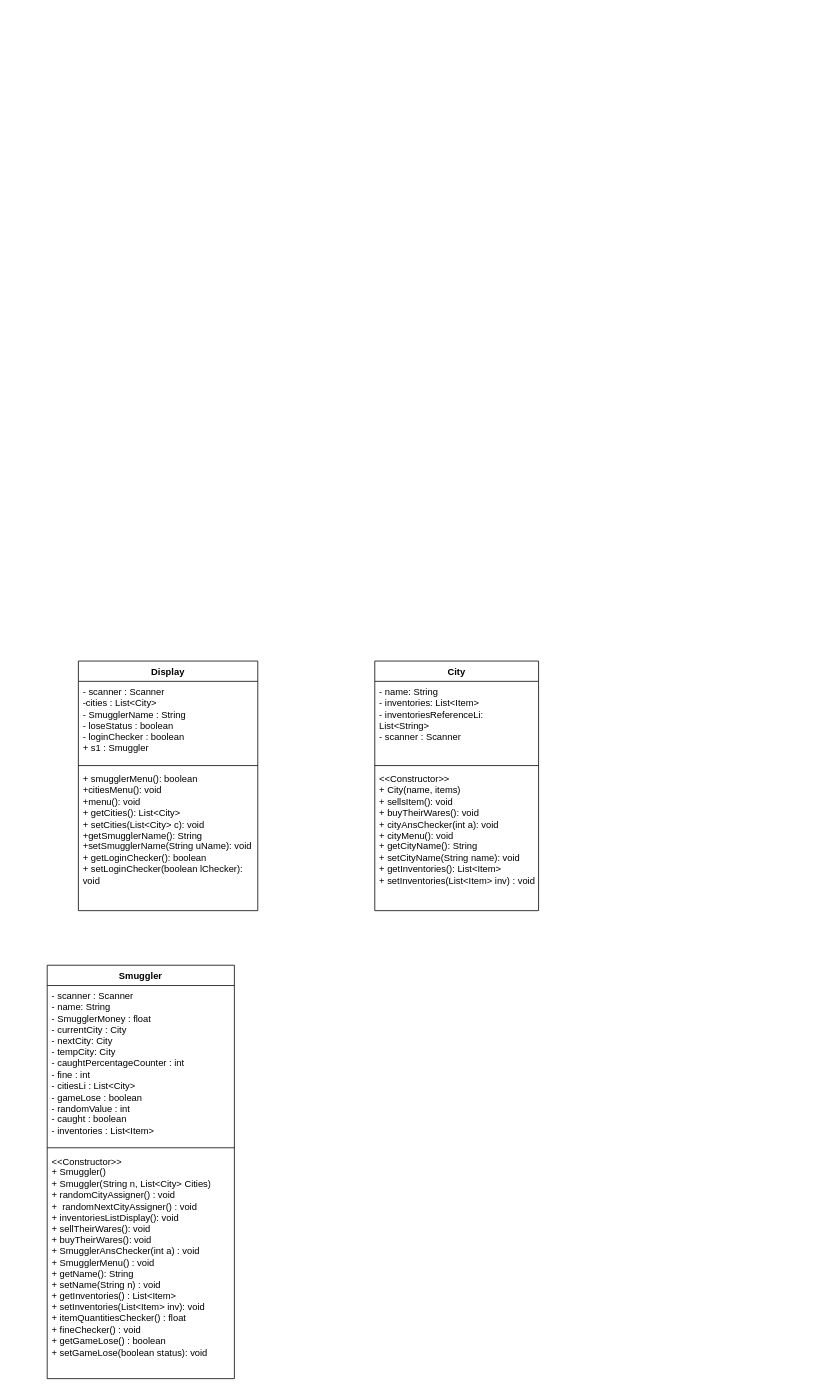
Before: Untitled Diagram.drawio in Hetul9067/merchantJava, a draw.io diagram. Source tidied: cells renumbered, new cells numbered last; positions are measured from the earlier drawing's top-left corner, leaving out a move shared by most shapes. Both pictures are drawn from the tidied source at 78%, with x=0, y=0 at pixel (47, 661).
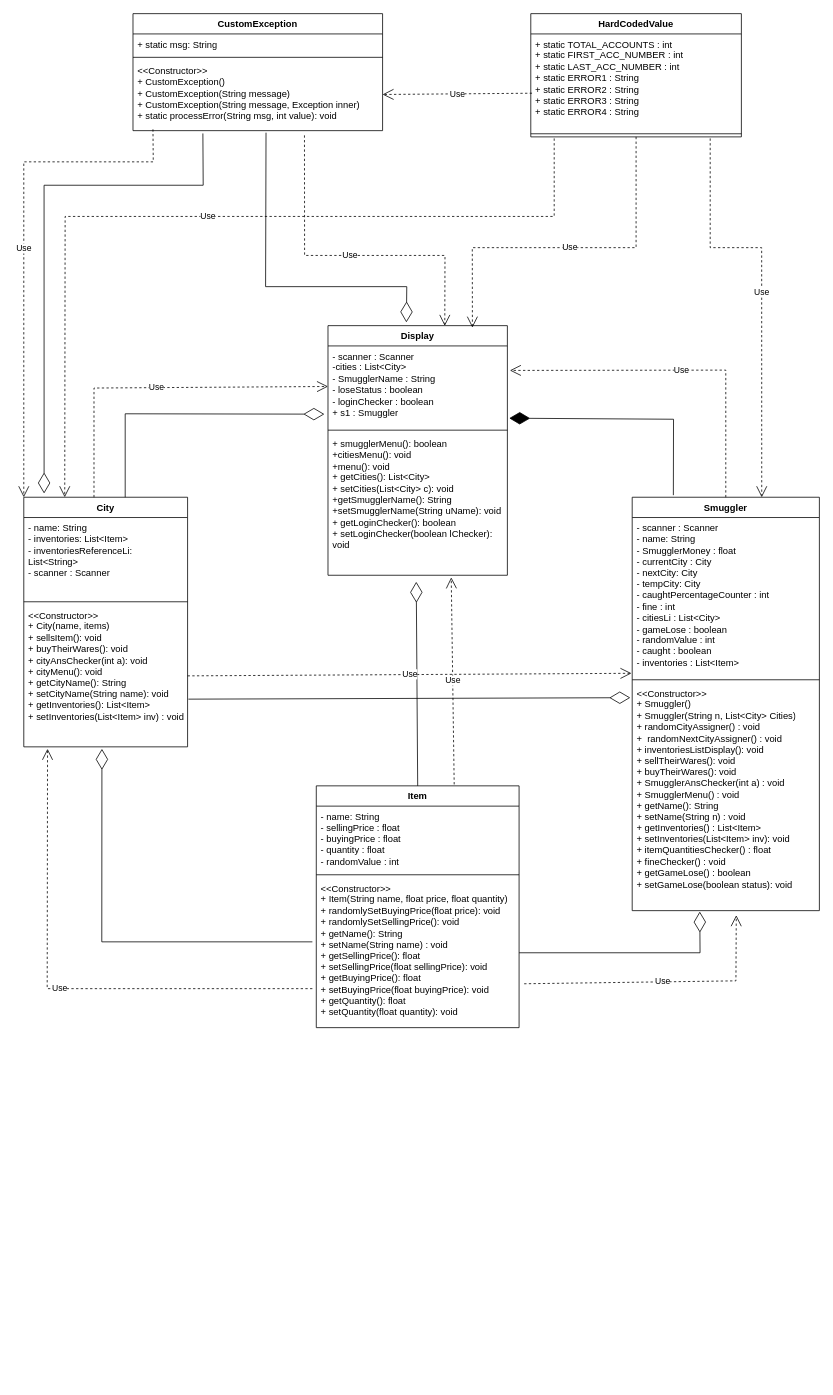
Above is the later version.

Commit message (it also covers changes not shown here):
solved some issues in display.java file and uml diagram created

Unchanged cells that the change refers to:
```xml
<mxCell id="3" value="- scanner : Scanner&lt;br&gt;-cities : List&amp;lt;City&amp;gt;&lt;br&gt;- SmugglerName : String&lt;br&gt;- loseStatus : boolean&lt;br&gt;- loginChecker : boolean&lt;br&gt;+ s1 : Smuggler&lt;br&gt;" style="text;strokeColor=none;fillColor=none;align=left;verticalAlign=top;spacingLeft=4;spacingRight=4;overflow=hidden;points=[[0,0.5],[1,0.5]];portConstraint=eastwest;whiteSpace=wrap;html=1;" parent="2" vertex="1">
  <mxGeometry y="26" width="230" height="104" as="geometry" />
</mxCell>
<mxCell id="5" value="+ smugglerMenu(): boolean&lt;br&gt;+citiesMenu(): void&lt;br&gt;+menu(): void&lt;br&gt;+ getCities(): List&amp;lt;City&amp;gt;&lt;br&gt;+ setCities(List&amp;lt;City&amp;gt; c): void&lt;br&gt;+getSmugglerName(): String&lt;br&gt;+setSmugglerName(String uName): void&lt;br&gt;+ getLoginChecker(): boolean&lt;br&gt;+ setLoginChecker(boolean lChecker): void&amp;nbsp;" style="text;strokeColor=none;fillColor=none;align=left;verticalAlign=top;spacingLeft=4;spacingRight=4;overflow=hidden;points=[[0,0.5],[1,0.5]];portConstraint=eastwest;whiteSpace=wrap;html=1;" parent="2" vertex="1">
  <mxGeometry y="138" width="230" height="182" as="geometry" />
</mxCell>
<mxCell id="9" value="&amp;lt;&amp;lt;Constructor&amp;gt;&amp;gt;&lt;br&gt;+ City(name, items)&lt;br&gt;+ sellsItem(): void&lt;br&gt;+ buyTheirWares(): void&lt;br&gt;+ cityAnsChecker(int a): void&lt;br&gt;+ cityMenu(): void&lt;br&gt;+ getCityName(): String&lt;br&gt;+ setCityName(String name): void&lt;br&gt;+ getInventories(): List&amp;lt;Item&amp;gt;&lt;br&gt;+ setInventories(List&amp;lt;Item&amp;gt; inv) : void" style="text;strokeColor=none;fillColor=none;align=left;verticalAlign=top;spacingLeft=4;spacingRight=4;overflow=hidden;points=[[0,0.5],[1,0.5]];portConstraint=eastwest;whiteSpace=wrap;html=1;" parent="6" vertex="1">
  <mxGeometry y="138" width="210" height="182" as="geometry" />
</mxCell>
<mxCell id="11" value="- scanner : Scanner&lt;br&gt;- name: String&lt;br&gt;- SmugglerMoney : float&lt;br&gt;- currentCity : City&lt;br&gt;- nextCity: City&lt;br&gt;- tempCity: City&lt;br&gt;- caughtPercentageCounter : int&lt;br&gt;- fine : int&lt;br&gt;- citiesLi : List&amp;lt;City&amp;gt;&lt;br&gt;- gameLose : boolean&lt;br&gt;- randomValue : int&lt;br&gt;- caught : boolean&lt;br&gt;- inventories : List&amp;lt;Item&amp;gt;&lt;br&gt;" style="text;strokeColor=none;fillColor=none;align=left;verticalAlign=top;spacingLeft=4;spacingRight=4;overflow=hidden;points=[[0,0.5],[1,0.5]];portConstraint=eastwest;whiteSpace=wrap;html=1;" parent="10" vertex="1">
  <mxGeometry y="26" width="240" height="204" as="geometry" />
</mxCell>
<mxCell id="13" value="&amp;lt;&amp;lt;Constructor&amp;gt;&amp;gt;&lt;br&gt;+ Smuggler()&lt;br&gt;+ Smuggler(String n, List&amp;lt;City&amp;gt; Cities)&lt;br&gt;+ randomCityAssigner() : void&lt;br&gt;+&amp;nbsp; randomNextCityAssigner() : void&lt;br&gt;+ inventoriesListDisplay(): void&lt;br&gt;+ sellTheirWares(): void&lt;br&gt;+ buyTheirWares(): void&lt;br&gt;+ SmugglerAnsChecker(int a) : void&lt;br&gt;+ SmugglerMenu() : void&lt;br&gt;+ getName(): String&lt;br&gt;+ setName(String n) : void&lt;br&gt;+ getInventories() : List&amp;lt;Item&amp;gt;&lt;br&gt;+ setInventories(List&amp;lt;Item&amp;gt; inv): void&lt;br&gt;+ itemQuantitiesChecker() : float&lt;br&gt;+ fineChecker() : void&lt;br&gt;+ getGameLose() : boolean&lt;br&gt;+ setGameLose(boolean status): void" style="text;strokeColor=none;fillColor=none;align=left;verticalAlign=top;spacingLeft=4;spacingRight=4;overflow=hidden;points=[[0,0.5],[1,0.5]];portConstraint=eastwest;whiteSpace=wrap;html=1;" parent="10" vertex="1">
  <mxGeometry y="238" width="240" height="292" as="geometry" />
</mxCell>
```

Change to the diagram source:
```diff
@@
     <mxCell id="2" value="Display" style="swimlane;fontStyle=1;align=center;verticalAlign=top;horizontal=1;startSize=26;whiteSpace=wrap;html=1;" parent="1" vertex="1">
-      <mxGeometry x="40" width="230" height="320" as="geometry" />
+      <mxGeometry x="360" y="-430" width="230" height="320" as="geometry" />
     </mxCell>
@@
     <mxCell id="6" value="City" style="swimlane;fontStyle=1;align=center;verticalAlign=top;horizontal=1;startSize=26;whiteSpace=wrap;html=1;" parent="1" vertex="1">
-      <mxGeometry x="420" width="210" height="320" as="geometry" />
+      <mxGeometry x="-30" y="-210" width="210" height="320" as="geometry" />
     </mxCell>
+    <mxCell id="14" value="Use" style="endArrow=open;endSize=12;dashed=1;html=1;rounded=0;entryX=0;entryY=0.5;entryDx=0;entryDy=0;" parent="6" edge="1" target="3">
+      <mxGeometry relative="1" as="geometry">
+        <mxPoint x="90" as="sourcePoint" />
+        <Array as="points">
+          <mxPoint x="90" y="-140" />
+        </Array>
+      </mxGeometry>
+    </mxCell>
+    <mxCell id="15" style="endArrow=diamondThin;endFill=0;endSize=24;html=1;rounded=0;entryX=-0.02;entryY=0.841;entryDx=0;entryDy=0;entryPerimeter=0;" parent="6" edge="1" target="3">
+      <mxGeometry relative="1" as="geometry">
+        <mxPoint x="130" as="sourcePoint" />
+        <Array as="points">
+          <mxPoint x="130" y="-107" />
+        </Array>
+      </mxGeometry>
+    </mxCell>
@@
     <mxCell id="10" value="Smuggler" style="swimlane;fontStyle=1;align=center;verticalAlign=top;horizontal=1;startSize=26;whiteSpace=wrap;html=1;" parent="1" vertex="1">
-      <mxGeometry y="390" width="240" height="530" as="geometry" />
+      <mxGeometry x="750" y="-210" width="240" height="530" as="geometry" />
     </mxCell>
@@
+    <mxCell id="16" value="Item" style="swimlane;fontStyle=1;align=center;verticalAlign=top;horizontal=1;startSize=26;whiteSpace=wrap;html=1;" parent="1" vertex="1">
+      <mxGeometry x="345" y="160" width="260" height="310" as="geometry" />
+    </mxCell>
+    <mxCell id="17" value="- name: String&lt;br&gt;- sellingPrice : float&lt;br&gt;- buyingPrice : float&lt;br&gt;- quantity : float&lt;br&gt;- randomValue : int&lt;br&gt;" style="text;strokeColor=none;fillColor=none;align=left;verticalAlign=top;spacingLeft=4;spacingRight=4;overflow=hidden;whiteSpace=wrap;html=1;" parent="16" vertex="1">
+      <mxGeometry y="26" width="260" height="84" as="geometry" />
+    </mxCell>
+    <mxCell id="18" style="line;strokeWidth=1;fillColor=none;align=left;verticalAlign=middle;spacingTop=-1;spacingLeft=3;spacingRight=3;labelPosition=right;strokeColor=inherit;" parent="16" vertex="1">
+      <mxGeometry y="110" width="260" height="8" as="geometry" />
+    </mxCell>
+    <mxCell id="19" style="endArrow=diamondThin;endFill=0;endSize=24;html=1;rounded=0;entryX=0.477;entryY=1.014;entryDx=0;entryDy=0;entryPerimeter=0;" parent="16" edge="1" target="9">
+      <mxGeometry relative="1" as="geometry">
+        <mxPoint x="-5" y="200" as="sourcePoint" />
+        <Array as="points">
+          <mxPoint x="-275" y="200" />
+        </Array>
+      </mxGeometry>
+    </mxCell>
+    <mxCell id="20" value="&amp;lt;&amp;lt;Constructor&amp;gt;&amp;gt;&lt;br&gt;+ Item(String name, float price, float quantity)&lt;br&gt;+ randomlySetBuyingPrice(float price): void&lt;br&gt;+ randomlySetSellingPrice(): void&lt;br&gt;+ getName(): String&lt;br&gt;+ setName(String name) : void&lt;br&gt;+ getSellingPrice(): float&lt;br&gt;+ setSellingPrice(float sellingPrice): void&lt;br&gt;+ getBuyingPrice(): float&lt;br&gt;+ setBuyingPrice(float buyingPrice): void&lt;br&gt;+ getQuantity(): float&lt;br&gt;+ setQuantity(float quantity): void" style="text;strokeColor=none;fillColor=none;align=left;verticalAlign=top;spacingLeft=4;spacingRight=4;overflow=hidden;points=[[0,0.5],[1,0.5]];portConstraint=eastwest;whiteSpace=wrap;html=1;" parent="16" vertex="1">
+      <mxGeometry y="118" width="260" height="192" as="geometry" />
+    </mxCell>
+    <mxCell id="21" value="Use" style="endArrow=open;endSize=12;dashed=1;html=1;rounded=0;entryX=0.145;entryY=1.014;entryDx=0;entryDy=0;entryPerimeter=0;" parent="16" edge="1" target="9">
+      <mxGeometry relative="1" as="geometry">
+        <mxPoint x="-5" y="260" as="sourcePoint" />
+        <Array as="points">
+          <mxPoint x="-345" y="260" />
+        </Array>
+      </mxGeometry>
+    </mxCell>
+    <mxCell id="22" value="CustomException" style="swimlane;fontStyle=1;align=center;verticalAlign=top;horizontal=1;startSize=26;whiteSpace=wrap;html=1;" parent="1" vertex="1">
+      <mxGeometry x="110" y="-830" width="320" height="150" as="geometry" />
+    </mxCell>
+    <mxCell id="23" value="+ static msg: String" style="text;strokeColor=none;fillColor=none;align=left;verticalAlign=top;spacingLeft=4;spacingRight=4;overflow=hidden;whiteSpace=wrap;html=1;" parent="22" vertex="1">
+      <mxGeometry y="26" width="320" height="26" as="geometry" />
+    </mxCell>
+    <mxCell id="24" style="line;strokeWidth=1;fillColor=none;align=left;verticalAlign=middle;spacingTop=-1;spacingLeft=3;spacingRight=3;labelPosition=right;strokeColor=inherit;" parent="22" vertex="1">
+      <mxGeometry y="52" width="320" height="8" as="geometry" />
+    </mxCell>
+    <mxCell id="25" value="&amp;lt;&amp;lt;Constructor&amp;gt;&amp;gt;&lt;br&gt;+ CustomException()&lt;br&gt;+ CustomException(String message)&lt;br&gt;+ CustomException(String message, Exception inner)&lt;br&gt;+ static processError(String msg, int value): void" style="text;strokeColor=none;fillColor=none;align=left;verticalAlign=top;spacingLeft=4;spacingRight=4;overflow=hidden;points=[[0,0.5],[1,0.5]];portConstraint=eastwest;whiteSpace=wrap;html=1;" parent="22" vertex="1">
+      <mxGeometry y="60" width="320" height="90" as="geometry" />
+    </mxCell>
+    <mxCell id="26" value="HardCodedValue" style="swimlane;fontStyle=1;align=center;verticalAlign=top;horizontal=1;startSize=26;whiteSpace=wrap;html=1;" parent="1" vertex="1">
+      <mxGeometry x="620" y="-830" width="270" height="158" as="geometry" />
+    </mxCell>
+    <mxCell id="27" value="+ static TOTAL_ACCOUNTS : int&lt;br&gt;+ static FIRST_ACC_NUMBER : int&lt;br&gt;+ static LAST_ACC_NUMBER : int&lt;br&gt;+ static ERROR1 : String&lt;br&gt;+ static ERROR2 : String&lt;br&gt;+ static ERROR3 : String&lt;br&gt;+ static ERROR4 : String" style="text;strokeColor=none;fillColor=none;align=left;verticalAlign=top;spacingLeft=4;spacingRight=4;overflow=hidden;points=[[0,0.5],[1,0.5]];portConstraint=eastwest;whiteSpace=wrap;html=1;" parent="26" vertex="1">
+      <mxGeometry y="26" width="270" height="124" as="geometry" />
+    </mxCell>
+    <mxCell id="28" style="line;strokeWidth=1;fillColor=none;align=left;verticalAlign=middle;spacingTop=-1;spacingLeft=3;spacingRight=3;labelPosition=right;strokeColor=inherit;" parent="26" vertex="1">
+      <mxGeometry y="150" width="270" height="8" as="geometry" />
+    </mxCell>
+    <mxCell id="29" style="endArrow=diamondThin;endFill=1;endSize=24;html=1;rounded=0;exitX=0.22;exitY=-0.005;exitDx=0;exitDy=0;exitPerimeter=0;entryX=1.01;entryY=0.891;entryDx=0;entryDy=0;entryPerimeter=0;" parent="1" edge="1" source="10" target="3">
+      <mxGeometry relative="1" as="geometry">
+        <Array as="points">
+          <mxPoint x="803" y="-310" />
+        </Array>
+      </mxGeometry>
+    </mxCell>
+    <mxCell id="30" style="endArrow=diamondThin;endFill=0;endSize=24;html=1;rounded=0;exitX=0.533;exitY=1.029;exitDx=0;exitDy=0;exitPerimeter=0;entryX=0.437;entryY=-0.013;entryDx=0;entryDy=0;entryPerimeter=0;" parent="1" edge="1" source="25" target="2">
+      <mxGeometry relative="1" as="geometry">
+        <Array as="points">
+          <mxPoint x="280" y="-480" />
+          <mxPoint x="461" y="-480" />
+        </Array>
+      </mxGeometry>
+    </mxCell>
+    <mxCell id="31" value="Use" style="endArrow=open;endSize=12;dashed=1;html=1;rounded=0;exitX=0.687;exitY=1.067;exitDx=0;exitDy=0;exitPerimeter=0;entryX=0.651;entryY=0.001;entryDx=0;entryDy=0;entryPerimeter=0;" parent="1" edge="1" source="25" target="2">
+      <mxGeometry relative="1" as="geometry">
+        <Array as="points">
+          <mxPoint x="330" y="-520" />
+          <mxPoint x="510" y="-520" />
+        </Array>
+      </mxGeometry>
+    </mxCell>
+    <mxCell id="32" style="endArrow=diamondThin;endFill=0;endSize=24;html=1;rounded=0;exitX=0.5;exitY=0;exitDx=0;exitDy=0;entryX=0.492;entryY=1.046;entryDx=0;entryDy=0;entryPerimeter=0;" parent="1" edge="1" source="16" target="5">
+      <mxGeometry relative="1" as="geometry" />
+    </mxCell>
+    <mxCell id="33" value="Use" style="endArrow=open;endSize=12;dashed=1;html=1;rounded=0;exitX=0.5;exitY=0;exitDx=0;exitDy=0;entryX=1.014;entryY=0.302;entryDx=0;entryDy=0;entryPerimeter=0;" parent="1" edge="1" source="10" target="3">
+      <mxGeometry relative="1" as="geometry">
+        <Array as="points">
+          <mxPoint x="870" y="-373" />
+        </Array>
+      </mxGeometry>
+    </mxCell>
+    <mxCell id="34" value="Use" style="endArrow=open;endSize=12;dashed=1;html=1;rounded=0;exitX=0.5;exitY=1;exitDx=0;exitDy=0;entryX=0.805;entryY=0.008;entryDx=0;entryDy=0;entryPerimeter=0;" parent="1" edge="1" source="26" target="2">
+      <mxGeometry relative="1" as="geometry">
+        <Array as="points">
+          <mxPoint x="755" y="-530" />
+          <mxPoint x="545" y="-530" />
+        </Array>
+      </mxGeometry>
+    </mxCell>
+    <mxCell id="35" value="Use" style="endArrow=open;endSize=12;dashed=1;html=1;rounded=0;entryX=0.25;entryY=0;entryDx=0;entryDy=0;" parent="1" edge="1" target="6">
+      <mxGeometry relative="1" as="geometry">
+        <mxPoint x="650" y="-670" as="sourcePoint" />
+        <Array as="points">
+          <mxPoint x="650" y="-570" />
+          <mxPoint x="23" y="-570" />
+        </Array>
+      </mxGeometry>
+    </mxCell>
+    <mxCell id="36" value="Use" style="endArrow=open;endSize=12;dashed=1;html=1;rounded=0;entryX=0.692;entryY=0;entryDx=0;entryDy=0;entryPerimeter=0;" parent="1" edge="1" target="10">
+      <mxGeometry relative="1" as="geometry">
+        <mxPoint x="850" y="-670" as="sourcePoint" />
+        <Array as="points">
+          <mxPoint x="850" y="-530" />
+          <mxPoint x="916" y="-530" />
+        </Array>
+      </mxGeometry>
+    </mxCell>
+    <mxCell id="37" style="endArrow=diamondThin;endFill=0;endSize=24;html=1;rounded=0;entryX=0.124;entryY=-0.015;entryDx=0;entryDy=0;entryPerimeter=0;exitX=0.28;exitY=1.04;exitDx=0;exitDy=0;exitPerimeter=0;" parent="1" edge="1" source="25" target="6">
+      <mxGeometry relative="1" as="geometry">
+        <Array as="points">
+          <mxPoint x="200" y="-610" />
+          <mxPoint x="-4" y="-610" />
+        </Array>
+      </mxGeometry>
+    </mxCell>
+    <mxCell id="38" value="Use" style="endArrow=open;endSize=12;dashed=1;html=1;rounded=0;exitX=0.08;exitY=0.981;exitDx=0;exitDy=0;exitPerimeter=0;entryX=0;entryY=0;entryDx=0;entryDy=0;" parent="1" edge="1" source="25" target="6">
+      <mxGeometry relative="1" as="geometry">
+        <Array as="points">
+          <mxPoint x="136" y="-640" />
+          <mxPoint x="-30" y="-640" />
+        </Array>
+      </mxGeometry>
+    </mxCell>
+    <mxCell id="39" style="endArrow=diamondThin;endFill=0;endSize=24;html=1;rounded=0;exitX=1.005;exitY=0.664;exitDx=0;exitDy=0;exitPerimeter=0;entryX=-0.01;entryY=0.065;entryDx=0;entryDy=0;entryPerimeter=0;" parent="1" edge="1" source="9" target="13">
+      <mxGeometry relative="1" as="geometry" />
+    </mxCell>
+    <mxCell id="40" style="endArrow=diamondThin;endFill=0;endSize=24;html=1;rounded=0;exitX=1;exitY=0.5;exitDx=0;exitDy=0;entryX=0.361;entryY=1.004;entryDx=0;entryDy=0;entryPerimeter=0;" parent="1" edge="1" source="20" target="13">
+      <mxGeometry relative="1" as="geometry">
+        <Array as="points">
+          <mxPoint x="837" y="374" />
+        </Array>
+      </mxGeometry>
+    </mxCell>
+    <mxCell id="41" value="Use" style="endArrow=open;endSize=12;dashed=1;html=1;rounded=0;exitX=1.025;exitY=0.707;exitDx=0;exitDy=0;exitPerimeter=0;entryX=0.556;entryY=1.02;entryDx=0;entryDy=0;entryPerimeter=0;" parent="1" edge="1" source="20" target="13">
+      <mxGeometry relative="1" as="geometry">
+        <Array as="points">
+          <mxPoint x="883" y="410" />
+        </Array>
+      </mxGeometry>
+    </mxCell>
+    <mxCell id="42" value="Use" style="endArrow=open;endSize=12;dashed=1;html=1;rounded=0;exitX=1;exitY=0.5;exitDx=0;exitDy=0;entryX=-0.004;entryY=0.979;entryDx=0;entryDy=0;entryPerimeter=0;" parent="1" edge="1" source="9" target="11">
+      <mxGeometry relative="1" as="geometry" />
+    </mxCell>
+    <mxCell id="43" value="Use" style="endArrow=open;endSize=12;dashed=1;html=1;rounded=0;entryX=0.687;entryY=1.015;entryDx=0;entryDy=0;entryPerimeter=0;exitX=0.68;exitY=-0.006;exitDx=0;exitDy=0;exitPerimeter=0;" parent="1" edge="1" source="16" target="5">
+      <mxGeometry relative="1" as="geometry" />
+    </mxCell>
+    <mxCell id="44" value="Use" style="endArrow=open;endSize=12;dashed=1;html=1;rounded=0;exitX=0.006;exitY=0.613;exitDx=0;exitDy=0;exitPerimeter=0;" parent="1" edge="1" source="27" target="25">
+      <mxGeometry relative="1" as="geometry" />
+    </mxCell>
```
